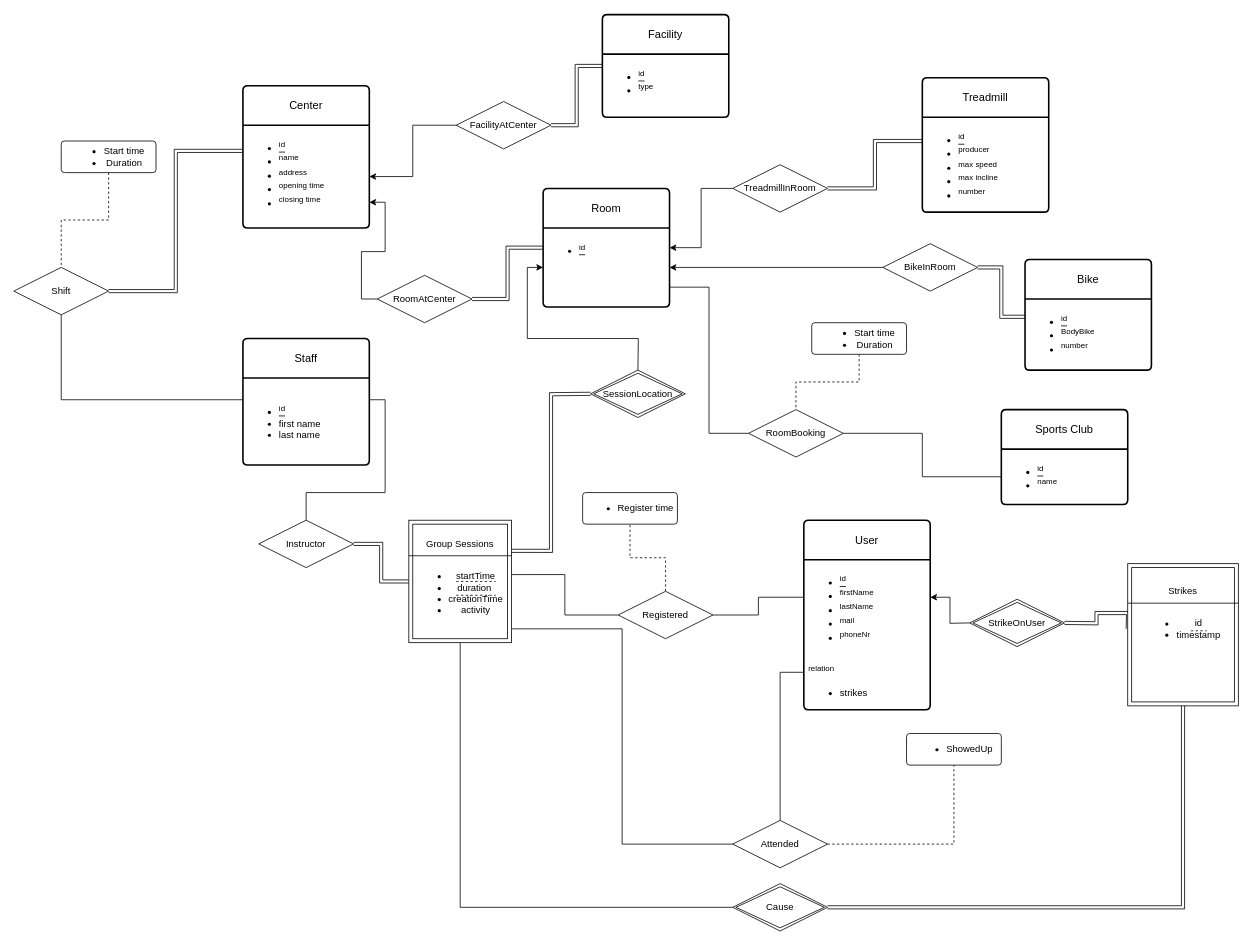
Above: er-diagram.drawio in Simenf05/database-project (draw.io), before the change. Source tidied: cells renumbered, new cells numbered last; positions are measured from the earlier drawing's top-left corner, leaving out a move shared by most shapes. Both pictures are drawn from the tidied source at 79%, with x=0, y=0 at pixel (13, 14).
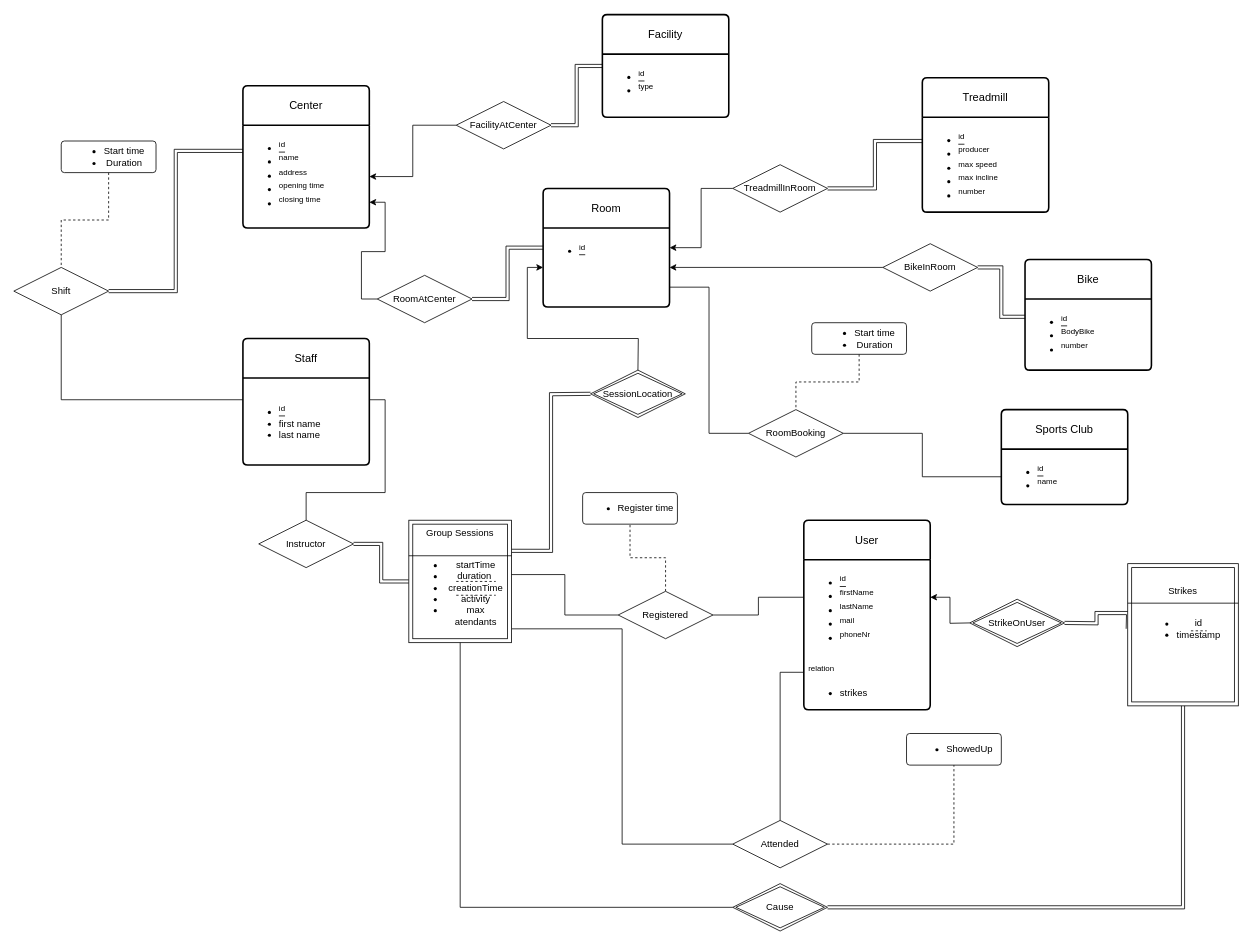
After the change.

Commit message (it also covers changes not shown here):
added field for max attendants in group session

The edit, as a diff of the source:
```diff
@@
-    <mxCell id="62" value="Group Sessions&lt;div&gt;&lt;br&gt;&lt;div&gt;&lt;ul&gt;&lt;li&gt;startTime&lt;/li&gt;&lt;li&gt;duration&amp;nbsp;&lt;/li&gt;&lt;li&gt;creationTime&lt;/li&gt;&lt;li&gt;activity&lt;/li&gt;&lt;/ul&gt;&lt;/div&gt;&lt;/div&gt;" style="shape=ext;margin=3;double=1;whiteSpace=wrap;html=1;align=center;" parent="1" vertex="1">
+    <mxCell id="62" value="Group Sessions&lt;div&gt;&lt;br&gt;&lt;div&gt;&lt;ul&gt;&lt;li&gt;startTime&lt;/li&gt;&lt;li&gt;duration&amp;nbsp;&lt;/li&gt;&lt;li&gt;creationTime&lt;/li&gt;&lt;li&gt;activity&lt;/li&gt;&lt;li&gt;max atendants&lt;/li&gt;&lt;/ul&gt;&lt;/div&gt;&lt;/div&gt;" style="shape=ext;margin=3;double=1;whiteSpace=wrap;html=1;align=center;" parent="1" vertex="1">
       <mxGeometry x="500" y="640" width="130" height="155" as="geometry" />
     </mxCell>
```
